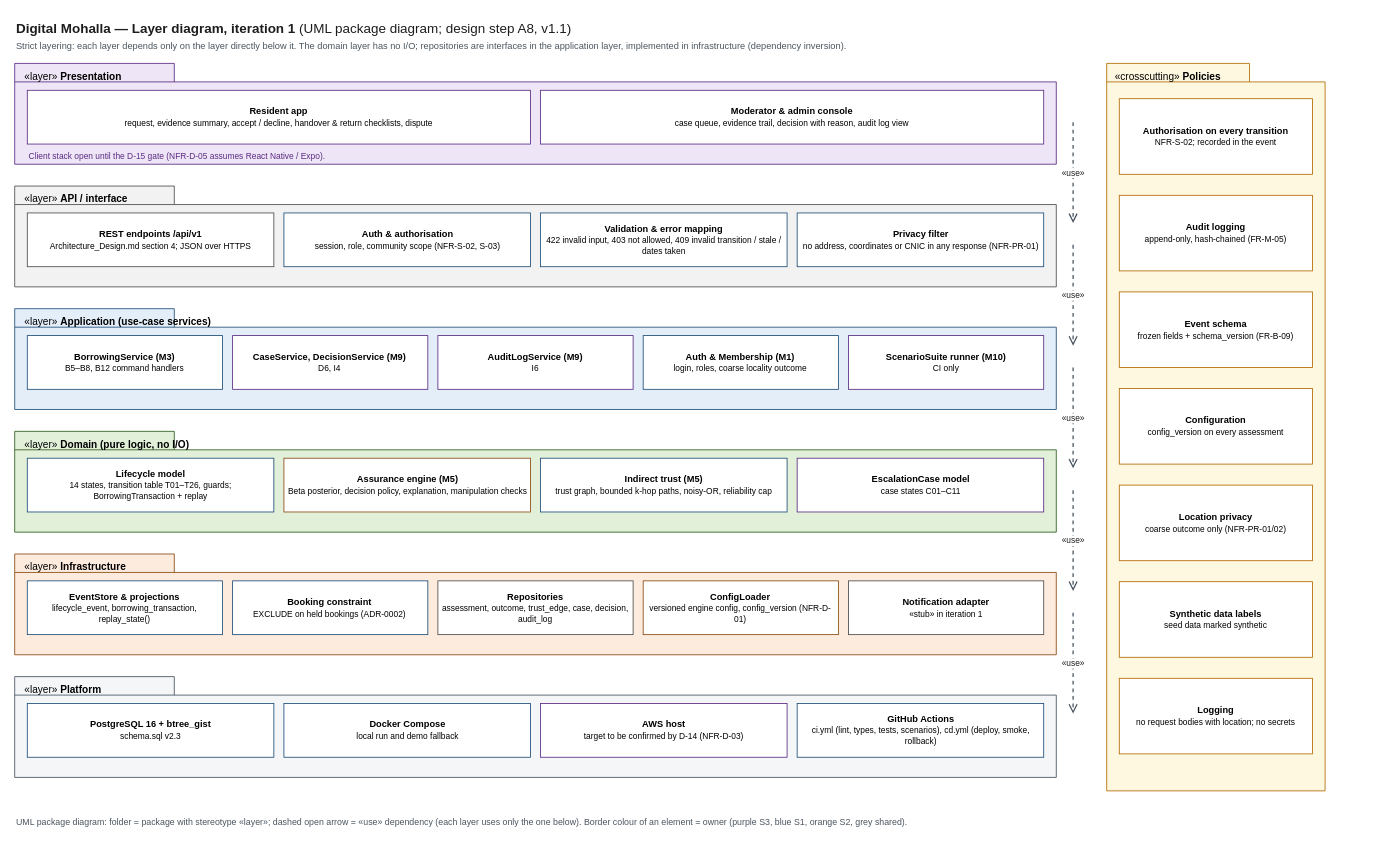
This is docs/design/03_architecture/layer_diagram.drawio from Areeba444/DigitalMohalla, a draw.io file, before an edit. Source tidied: cells renumbered, new cells numbered last; positions are measured from the earlier drawing's top-left corner, leaving out a move shared by most shapes. Both pictures are drawn from the tidied source at 84%, with x=0, y=0 at pixel (14, 14).
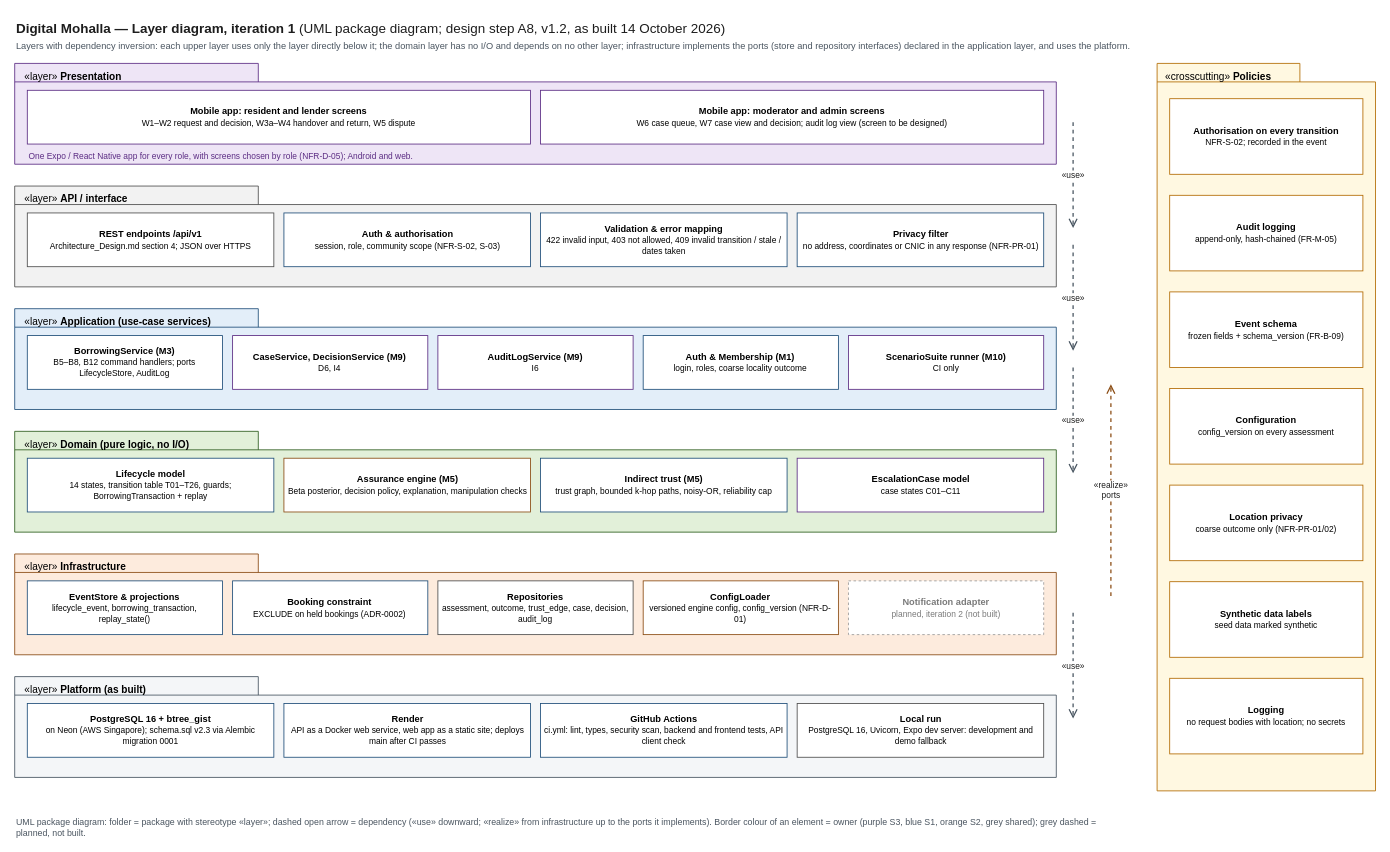
The same page after the edit.

The edit, as a diff of the source:
```diff
@@
-    <mxCell id="2" value="&lt;b&gt;Digital Mohalla &amp;#8212; Layer diagram, iteration 1&lt;/b&gt; (UML package diagram; design step A8, v1.1)" style="text;html=1;whiteSpace=wrap;align=left;verticalAlign=top;fontSize=16;fontStyle=0;fontColor=#1d1d1d;spacing=2;overflow=visible;" parent="1" vertex="1">
-      <mxGeometry width="1100" height="24" as="geometry" />
+    <mxCell id="2" value="&lt;b&gt;Digital Mohalla &amp;#8212; Layer diagram, iteration 1&lt;/b&gt; (UML package diagram; design step A8, v1.2, as built 14 October 2026)" style="text;html=1;whiteSpace=wrap;align=left;verticalAlign=top;fontSize=16;fontStyle=0;fontColor=#1d1d1d;spacing=2;overflow=visible;" parent="1" vertex="1">
+      <mxGeometry width="1300" height="24" as="geometry" />
     </mxCell>
-    <mxCell id="3" value="Strict layering: each layer depends only on the layer directly below it. The domain layer has no I/O; repositories are interfaces in the application layer, implemented in infrastructure (dependency inversion)." style="text;html=1;whiteSpace=wrap;align=left;verticalAlign=top;fontSize=11;fontStyle=0;fontColor=#4A5560;spacing=2;overflow=visible;" parent="1" vertex="1">
-      <mxGeometry y="24" width="1500" height="20" as="geometry" />
+    <mxCell id="3" value="Layers with dependency inversion: each upper layer uses only the layer directly below it; the domain layer has no I/O and depends on no other layer; infrastructure implements the ports (store and repository interfaces) declared in the application layer, and uses the platform." style="text;html=1;whiteSpace=wrap;align=left;verticalAlign=top;fontSize=11;fontStyle=0;fontColor=#4A5560;spacing=2;overflow=visible;" parent="1" vertex="1">
+      <mxGeometry y="24" width="1600" height="20" as="geometry" />
     </mxCell>
-    <mxCell id="4" value="&amp;#171;layer&amp;#187; &lt;b&gt;Presentation&lt;/b&gt;" style="shape=folder;tabWidth=190;tabHeight=22;tabPosition=left;html=1;whiteSpace=wrap;verticalAlign=top;align=left;spacingLeft=10;spacingTop=2;fontSize=12;fillColor=#EEE5F6;strokeColor=#5B2C83;" parent="1" vertex="1">
+    <mxCell id="4" value="&amp;#171;layer&amp;#187; &lt;b&gt;Presentation&lt;/b&gt;" style="shape=folder;tabWidth=290;tabHeight=22;tabPosition=left;html=1;whiteSpace=wrap;verticalAlign=top;align=left;spacingLeft=10;spacingTop=2;fontSize=12;fillColor=#EEE5F6;strokeColor=#5B2C83;" parent="1" vertex="1">
       <mxGeometry y="58" width="1240" height="120" as="geometry" />
     </mxCell>
-    <mxCell id="5" value="&lt;b&gt;Resident app&lt;/b&gt;&lt;br&gt;&lt;span style='font-size:10px'&gt;request, evidence summary, accept / decline, handover &amp;amp; return checklists, dispute&lt;/span&gt;" style="rounded=0;whiteSpace=wrap;html=1;fontSize=11;fillColor=#FFFFFF;strokeColor=#5B2C83;" parent="4" vertex="1">
+    <mxCell id="5" value="&lt;b&gt;Mobile app: resident and lender screens&lt;/b&gt;&lt;br&gt;&lt;span style='font-size:10px'&gt;W1&amp;#8211;W2 request and decision, W3a&amp;#8211;W4 handover and return, W5 dispute&lt;/span&gt;" style="rounded=0;whiteSpace=wrap;html=1;fontSize=11;fillColor=#FFFFFF;strokeColor=#5B2C83;" parent="4" vertex="1">
       <mxGeometry x="15" y="32" width="599" height="64" as="geometry" />
     </mxCell>
-    <mxCell id="6" value="&lt;b&gt;Moderator &amp;amp; admin console&lt;/b&gt;&lt;br&gt;&lt;span style='font-size:10px'&gt;case queue, evidence trail, decision with reason, audit log view&lt;/span&gt;" style="rounded=0;whiteSpace=wrap;html=1;fontSize=11;fillColor=#FFFFFF;strokeColor=#5B2C83;" parent="4" vertex="1">
+    <mxCell id="6" value="&lt;b&gt;Mobile app: moderator and admin screens&lt;/b&gt;&lt;br&gt;&lt;span style='font-size:10px'&gt;W6 case queue, W7 case view and decision; audit log view (screen to be designed)&lt;/span&gt;" style="rounded=0;whiteSpace=wrap;html=1;fontSize=11;fillColor=#FFFFFF;strokeColor=#5B2C83;" parent="4" vertex="1">
       <mxGeometry x="626" y="32" width="599" height="64" as="geometry" />
     </mxCell>
-    <mxCell id="7" value="Client stack open until the D-15 gate (NFR-D-05 assumes React Native / Expo)." style="text;html=1;whiteSpace=wrap;align=left;verticalAlign=top;fontSize=10;fontStyle=0;fontColor=#5B2C83;spacing=2;overflow=visible;" parent="4" vertex="1">
+    <mxCell id="7" value="One Expo / React Native app for every role, with screens chosen by role (NFR-D-05); Android and web." style="text;html=1;whiteSpace=wrap;align=left;verticalAlign=top;fontSize=10;fontStyle=0;fontColor=#5B2C83;spacing=2;overflow=visible;" parent="4" vertex="1">
       <mxGeometry x="15" y="98" width="900" height="18" as="geometry" />
     </mxCell>
-    <mxCell id="8" value="&amp;#171;layer&amp;#187; &lt;b&gt;API / interface&lt;/b&gt;" style="shape=folder;tabWidth=190;tabHeight=22;tabPosition=left;html=1;whiteSpace=wrap;verticalAlign=top;align=left;spacingLeft=10;spacingTop=2;fontSize=12;fillColor=#F2F2F2;strokeColor=#4D4D4D;" parent="1" vertex="1">
+    <mxCell id="8" value="&amp;#171;layer&amp;#187; &lt;b&gt;API / interface&lt;/b&gt;" style="shape=folder;tabWidth=290;tabHeight=22;tabPosition=left;html=1;whiteSpace=wrap;verticalAlign=top;align=left;spacingLeft=10;spacingTop=2;fontSize=12;fillColor=#F2F2F2;strokeColor=#4D4D4D;" parent="1" vertex="1">
       <mxGeometry y="204" width="1240" height="120" as="geometry" />
     </mxCell>
@@
-    <mxCell id="13" value="&amp;#171;layer&amp;#187; &lt;b&gt;Application (use-case services)&lt;/b&gt;" style="shape=folder;tabWidth=190;tabHeight=22;tabPosition=left;html=1;whiteSpace=wrap;verticalAlign=top;align=left;spacingLeft=10;spacingTop=2;fontSize=12;fillColor=#E3EEF9;strokeColor=#1F4E79;" parent="1" vertex="1">
+    <mxCell id="13" value="&amp;#171;layer&amp;#187; &lt;b&gt;Application (use-case services)&lt;/b&gt;" style="shape=folder;tabWidth=290;tabHeight=22;tabPosition=left;html=1;whiteSpace=wrap;verticalAlign=top;align=left;spacingLeft=10;spacingTop=2;fontSize=12;fillColor=#E3EEF9;strokeColor=#1F4E79;" parent="1" vertex="1">
       <mxGeometry y="350" width="1240" height="120" as="geometry" />
     </mxCell>
-    <mxCell id="14" value="&lt;b&gt;BorrowingService (M3)&lt;/b&gt;&lt;br&gt;&lt;span style='font-size:10px'&gt;B5&amp;#8211;B8, B12 command handlers&lt;/span&gt;" style="rounded=0;whiteSpace=wrap;html=1;fontSize=11;fillColor=#FFFFFF;strokeColor=#1F4E79;" parent="13" vertex="1">
+    <mxCell id="14" value="&lt;b&gt;BorrowingService (M3)&lt;/b&gt;&lt;br&gt;&lt;span style='font-size:10px'&gt;B5&amp;#8211;B8, B12 command handlers; ports LifecycleStore, AuditLog&lt;/span&gt;" style="rounded=0;whiteSpace=wrap;html=1;fontSize=11;fillColor=#FFFFFF;strokeColor=#1F4E79;" parent="13" vertex="1">
       <mxGeometry x="15" y="32" width="232.4" height="64" as="geometry" />
     </mxCell>
@@
-    <mxCell id="19" value="&amp;#171;layer&amp;#187; &lt;b&gt;Domain (pure logic, no I/O)&lt;/b&gt;" style="shape=folder;tabWidth=190;tabHeight=22;tabPosition=left;html=1;whiteSpace=wrap;verticalAlign=top;align=left;spacingLeft=10;spacingTop=2;fontSize=12;fillColor=#E2F0D9;strokeColor=#2E5E1E;" parent="1" vertex="1">
+    <mxCell id="19" value="&amp;#171;layer&amp;#187; &lt;b&gt;Domain (pure logic, no I/O)&lt;/b&gt;" style="shape=folder;tabWidth=290;tabHeight=22;tabPosition=left;html=1;whiteSpace=wrap;verticalAlign=top;align=left;spacingLeft=10;spacingTop=2;fontSize=12;fillColor=#E2F0D9;strokeColor=#2E5E1E;" parent="1" vertex="1">
       <mxGeometry y="496" width="1240" height="120" as="geometry" />
     </mxCell>
@@
-    <mxCell id="24" value="&amp;#171;layer&amp;#187; &lt;b&gt;Infrastructure&lt;/b&gt;" style="shape=folder;tabWidth=190;tabHeight=22;tabPosition=left;html=1;whiteSpace=wrap;verticalAlign=top;align=left;spacingLeft=10;spacingTop=2;fontSize=12;fillColor=#FDEBDD;strokeColor=#8A4B12;" parent="1" vertex="1">
+    <mxCell id="24" value="&amp;#171;layer&amp;#187; &lt;b&gt;Infrastructure&lt;/b&gt;" style="shape=folder;tabWidth=290;tabHeight=22;tabPosition=left;html=1;whiteSpace=wrap;verticalAlign=top;align=left;spacingLeft=10;spacingTop=2;fontSize=12;fillColor=#FDEBDD;strokeColor=#8A4B12;" parent="1" vertex="1">
       <mxGeometry y="642" width="1240" height="120" as="geometry" />
     </mxCell>
@@
-    <mxCell id="29" value="&lt;b&gt;Notification adapter&lt;/b&gt;&lt;br&gt;&lt;span style='font-size:10px'&gt;&amp;#171;stub&amp;#187; in iteration 1&lt;/span&gt;" style="rounded=0;whiteSpace=wrap;html=1;fontSize=11;fillColor=#FFFFFF;strokeColor=#4D4D4D;" parent="24" vertex="1">
+    <mxCell id="29" value="&lt;b&gt;Notification adapter&lt;/b&gt;&lt;br&gt;&lt;span style='font-size:10px'&gt;planned, iteration 2 (not built)&lt;/span&gt;" style="rounded=0;whiteSpace=wrap;html=1;fontSize=11;fillColor=#FFFFFF;strokeColor=#9A9A9A;dashed=1;fontColor=#7A7A7A;" parent="24" vertex="1">
       <mxGeometry x="992.6" y="32" width="232.4" height="64" as="geometry" />
     </mxCell>
-    <mxCell id="30" value="&amp;#171;layer&amp;#187; &lt;b&gt;Platform&lt;/b&gt;" style="shape=folder;tabWidth=190;tabHeight=22;tabPosition=left;html=1;whiteSpace=wrap;verticalAlign=top;align=left;spacingLeft=10;spacingTop=2;fontSize=12;fillColor=#F4F6F8;strokeColor=#46535F;" parent="1" vertex="1">
+    <mxCell id="30" value="&amp;#171;layer&amp;#187; &lt;b&gt;Platform (as built)&lt;/b&gt;" style="shape=folder;tabWidth=290;tabHeight=22;tabPosition=left;html=1;whiteSpace=wrap;verticalAlign=top;align=left;spacingLeft=10;spacingTop=2;fontSize=12;fillColor=#F4F6F8;strokeColor=#46535F;" parent="1" vertex="1">
       <mxGeometry y="788" width="1240" height="120" as="geometry" />
     </mxCell>
-    <mxCell id="31" value="&lt;b&gt;PostgreSQL 16 + btree_gist&lt;/b&gt;&lt;br&gt;&lt;span style='font-size:10px'&gt;schema.sql v2.3&lt;/span&gt;" style="rounded=0;whiteSpace=wrap;html=1;fontSize=11;fillColor=#FFFFFF;strokeColor=#1F4E79;" parent="30" vertex="1">
+    <mxCell id="31" value="&lt;b&gt;PostgreSQL 16 + btree_gist&lt;/b&gt;&lt;br&gt;&lt;span style='font-size:10px'&gt;on Neon (AWS Singapore); schema.sql v2.3 via Alembic migration 0001&lt;/span&gt;" style="rounded=0;whiteSpace=wrap;html=1;fontSize=11;fillColor=#FFFFFF;strokeColor=#1F4E79;" parent="30" vertex="1">
       <mxGeometry x="15" y="32" width="293.5" height="64" as="geometry" />
     </mxCell>
-    <mxCell id="32" value="&lt;b&gt;Docker Compose&lt;/b&gt;&lt;br&gt;&lt;span style='font-size:10px'&gt;local run and demo fallback&lt;/span&gt;" style="rounded=0;whiteSpace=wrap;html=1;fontSize=11;fillColor=#FFFFFF;strokeColor=#1F4E79;" parent="30" vertex="1">
+    <mxCell id="32" value="&lt;b&gt;Render&lt;/b&gt;&lt;br&gt;&lt;span style='font-size:10px'&gt;API as a Docker web service, web app as a static site; deploys main after CI passes&lt;/span&gt;" style="rounded=0;whiteSpace=wrap;html=1;fontSize=11;fillColor=#FFFFFF;strokeColor=#1F4E79;" parent="30" vertex="1">
       <mxGeometry x="320.5" y="32" width="293.5" height="64" as="geometry" />
     </mxCell>
-    <mxCell id="33" value="&lt;b&gt;AWS host&lt;/b&gt;&lt;br&gt;&lt;span style='font-size:10px'&gt;target to be confirmed by D-14 (NFR-D-03)&lt;/span&gt;" style="rounded=0;whiteSpace=wrap;html=1;fontSize=11;fillColor=#FFFFFF;strokeColor=#5B2C83;" parent="30" vertex="1">
+    <mxCell id="33" value="&lt;b&gt;GitHub Actions&lt;/b&gt;&lt;br&gt;&lt;span style='font-size:10px'&gt;ci.yml: lint, types, security scan, backend and frontend tests, API client check&lt;/span&gt;" style="rounded=0;whiteSpace=wrap;html=1;fontSize=11;fillColor=#FFFFFF;strokeColor=#1F4E79;" parent="30" vertex="1">
       <mxGeometry x="626" y="32" width="293.5" height="64" as="geometry" />
     </mxCell>
-    <mxCell id="34" value="&lt;b&gt;GitHub Actions&lt;/b&gt;&lt;br&gt;&lt;span style='font-size:10px'&gt;ci.yml (lint, types, tests, scenarios), cd.yml (deploy, smoke, rollback)&lt;/span&gt;" style="rounded=0;whiteSpace=wrap;html=1;fontSize=11;fillColor=#FFFFFF;strokeColor=#1F4E79;" parent="30" vertex="1">
+    <mxCell id="34" value="&lt;b&gt;Local run&lt;/b&gt;&lt;br&gt;&lt;span style='font-size:10px'&gt;PostgreSQL 16, Uvicorn, Expo dev server: development and demo fallback&lt;/span&gt;" style="rounded=0;whiteSpace=wrap;html=1;fontSize=11;fillColor=#FFFFFF;strokeColor=#4D4D4D;" parent="30" vertex="1">
       <mxGeometry x="931.5" y="32" width="293.5" height="64" as="geometry" />
     </mxCell>
     <mxCell id="35" value="&amp;#171;use&amp;#187;" style="html=1;rounded=0;fontSize=10.5;labelBackgroundColor=#FFFFFF;fontColor=#1d1d1d;endSize=8;endArrow=open;endFill=0;dashed=1;strokeColor=#46535F;strokeWidth=1.5;fontSize=10;" parent="1" edge="1">
       <mxGeometry relative="1" as="geometry">
         <mxPoint x="1260" y="128" as="sourcePoint" />
-        <mxPoint x="1260" y="248" as="targetPoint" />
+        <mxPoint x="1260" y="254" as="targetPoint" />
       </mxGeometry>
     </mxCell>
     <mxCell id="36" value="&amp;#171;use&amp;#187;" style="html=1;rounded=0;fontSize=10.5;labelBackgroundColor=#FFFFFF;fontColor=#1d1d1d;endSize=8;endArrow=open;endFill=0;dashed=1;strokeColor=#46535F;strokeWidth=1.5;fontSize=10;" parent="1" edge="1">
       <mxGeometry relative="1" as="geometry">
         <mxPoint x="1260" y="274" as="sourcePoint" />
-        <mxPoint x="1260" y="394" as="targetPoint" />
+        <mxPoint x="1260" y="400" as="targetPoint" />
       </mxGeometry>
     </mxCell>
     <mxCell id="37" value="&amp;#171;use&amp;#187;" style="html=1;rounded=0;fontSize=10.5;labelBackgroundColor=#FFFFFF;fontColor=#1d1d1d;endSize=8;endArrow=open;endFill=0;dashed=1;strokeColor=#46535F;strokeWidth=1.5;fontSize=10;" parent="1" edge="1">
       <mxGeometry relative="1" as="geometry">
         <mxPoint x="1260" y="420" as="sourcePoint" />
-        <mxPoint x="1260" y="540" as="targetPoint" />
+        <mxPoint x="1260" y="546" as="targetPoint" />
       </mxGeometry>
     </mxCell>
     <mxCell id="38" value="&amp;#171;use&amp;#187;" style="html=1;rounded=0;fontSize=10.5;labelBackgroundColor=#FFFFFF;fontColor=#1d1d1d;endSize=8;endArrow=open;endFill=0;dashed=1;strokeColor=#46535F;strokeWidth=1.5;fontSize=10;" parent="1" edge="1">
       <mxGeometry relative="1" as="geometry">
-        <mxPoint x="1260" y="566" as="sourcePoint" />
-        <mxPoint x="1260" y="686" as="targetPoint" />
+        <mxPoint x="1260" y="712" as="sourcePoint" />
+        <mxPoint x="1260" y="838" as="targetPoint" />
       </mxGeometry>
     </mxCell>
-    <mxCell id="39" value="&amp;#171;use&amp;#187;" style="html=1;rounded=0;fontSize=10.5;labelBackgroundColor=#FFFFFF;fontColor=#1d1d1d;endSize=8;endArrow=open;endFill=0;dashed=1;strokeColor=#46535F;strokeWidth=1.5;fontSize=10;" parent="1" edge="1">
+    <mxCell id="39" value="&amp;#171;realize&amp;#187;&lt;br&gt;ports" style="html=1;rounded=0;fontSize=10.5;labelBackgroundColor=#FFFFFF;fontColor=#1d1d1d;endSize=8;endArrow=open;endFill=0;dashed=1;strokeColor=#8A4B12;strokeWidth=1.5;fontSize=10;" parent="1" edge="1">
       <mxGeometry relative="1" as="geometry">
-        <mxPoint x="1260" y="712" as="sourcePoint" />
-        <mxPoint x="1260" y="832" as="targetPoint" />
+        <mxPoint x="1305" y="692" as="sourcePoint" />
+        <mxPoint x="1305" y="440" as="targetPoint" />
       </mxGeometry>
     </mxCell>
     <mxCell id="40" value="&amp;#171;crosscutting&amp;#187; &lt;b&gt;Policies&lt;/b&gt;" style="shape=folder;tabWidth=170;tabHeight=22;tabPosition=left;html=1;whiteSpace=wrap;verticalAlign=top;align=left;spacingLeft=8;spacingTop=2;fontSize=12;fillColor=#FFF8E1;strokeColor=#B26A00;" parent="1" vertex="1">
-      <mxGeometry x="1300" y="58" width="260" height="866" as="geometry" />
+      <mxGeometry x="1360" y="58" width="260" height="866" as="geometry" />
     </mxCell>
@@
-    <mxCell id="48" value="UML package diagram: folder = package with stereotype &amp;#171;layer&amp;#187;; dashed open arrow = &amp;#171;use&amp;#187; dependency (each layer uses only the one below). Border colour of an element = owner (purple S3, blue S1, orange S2, grey shared)." style="text;html=1;whiteSpace=wrap;align=left;verticalAlign=top;fontSize=10.5;fontStyle=0;fontColor=#4A5560;spacing=2;overflow=visible;" parent="1" vertex="1">
-      <mxGeometry y="948" width="1240" height="20" as="geometry" />
+    <mxCell id="48" value="UML package diagram: folder = package with stereotype &amp;#171;layer&amp;#187;; dashed open arrow = dependency (&amp;#171;use&amp;#187; downward; &amp;#171;realize&amp;#187; from infrastructure up to the ports it implements). Border colour of an element = owner (purple S3, blue S1, orange S2, grey shared); grey dashed = planned, not built." style="text;html=1;whiteSpace=wrap;align=left;verticalAlign=top;fontSize=10.5;fontStyle=0;fontColor=#4A5560;spacing=2;overflow=visible;" parent="1" vertex="1">
+      <mxGeometry y="948" width="1300" height="20" as="geometry" />
     </mxCell>
```
